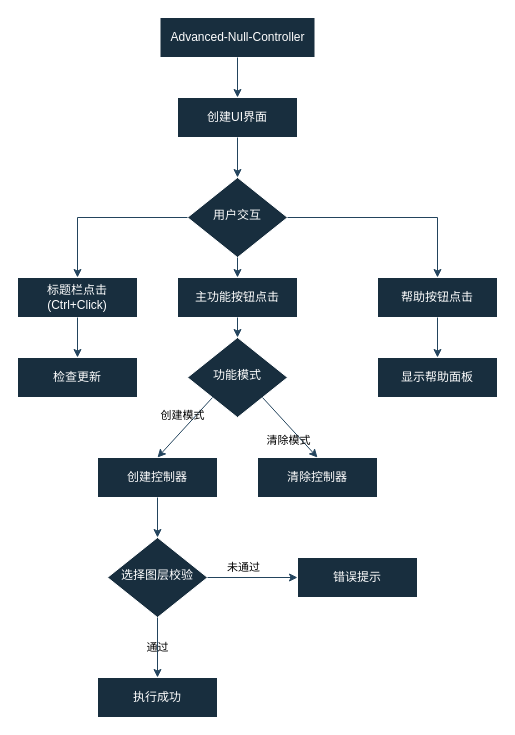
Before: Advanced Null Controller.drawio in yancongya/Advanced-Null-Controller, a draw.io diagram. Source tidied: cells renumbered, new cells numbered last; positions are measured from the earlier drawing's top-left corner, leaving out a move shared by most shapes. Both pictures are drawn from the tidied source at 100%, with x=0, y=0 at pixel (17, 17).
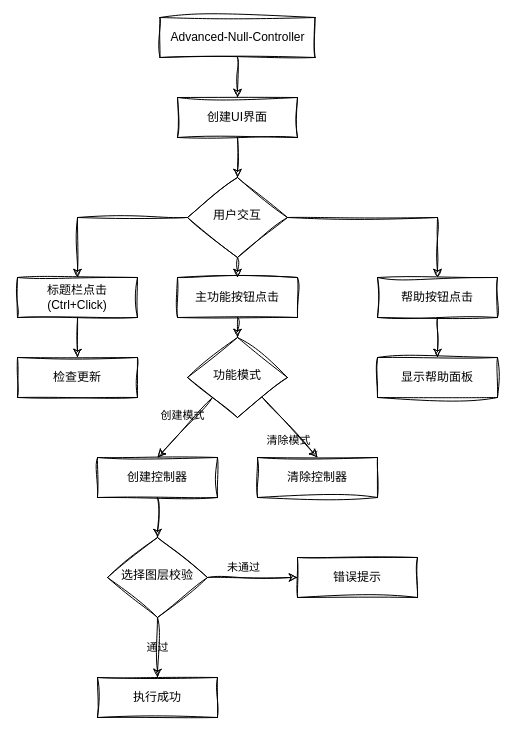
After the change.

Commit message (it also covers changes not shown here):
流程图更新

What changed in the source:
```diff
@@
-    <mxCell id="2" value="Advanced-Null-Controller" style="rounded=0;whiteSpace=wrap;html=1;fontSize=12;glass=0;strokeWidth=1;shadow=0;labelBackgroundColor=none;fillColor=#182E3E;strokeColor=#FFFFFF;fontColor=#FFFFFF;" parent="1" vertex="1">
+    <mxCell id="2" value="Advanced-Null-Controller" style="rounded=0;whiteSpace=wrap;html=1;fontSize=12;glass=0;strokeWidth=1;shadow=0;labelBackgroundColor=none;sketch=1;curveFitting=1;jiggle=2;" parent="1" vertex="1">
       <mxGeometry x="142.5" width="155" height="40" as="geometry" />
     </mxCell>
-    <mxCell id="3" value="创建UI界面" style="rounded=0;whiteSpace=wrap;html=1;fontSize=12;glass=0;strokeWidth=1;shadow=0;labelBackgroundColor=none;fillColor=#182E3E;strokeColor=#FFFFFF;fontColor=#FFFFFF;" parent="1" vertex="1">
+    <mxCell id="3" value="创建UI界面" style="rounded=0;whiteSpace=wrap;html=1;fontSize=12;glass=0;strokeWidth=1;shadow=0;labelBackgroundColor=none;sketch=1;curveFitting=1;jiggle=2;" parent="1" vertex="1">
       <mxGeometry x="160" y="80" width="120" height="40" as="geometry" />
     </mxCell>
-    <mxCell id="4" value="用户交互" style="rhombus;whiteSpace=wrap;html=1;shadow=0;fontFamily=Helvetica;fontSize=12;align=center;strokeWidth=1;spacing=6;spacingTop=-4;labelBackgroundColor=none;fillColor=#182E3E;strokeColor=#FFFFFF;fontColor=#FFFFFF;rounded=0;" parent="1" vertex="1">
+    <mxCell id="4" value="用户交互" style="rhombus;whiteSpace=wrap;html=1;shadow=0;fontFamily=Helvetica;fontSize=12;align=center;strokeWidth=1;spacing=6;spacingTop=-4;labelBackgroundColor=none;rounded=0;sketch=1;curveFitting=1;jiggle=2;" parent="1" vertex="1">
       <mxGeometry x="170" y="160" width="100" height="80" as="geometry" />
     </mxCell>
-    <mxCell id="5" value="标题栏点击&#10;(Ctrl+Click)" style="rounded=0;whiteSpace=wrap;html=1;fontSize=12;glass=0;strokeWidth=1;shadow=0;labelBackgroundColor=none;fillColor=#182E3E;strokeColor=#FFFFFF;fontColor=#FFFFFF;" parent="1" vertex="1">
+    <mxCell id="5" value="标题栏点击&#10;(Ctrl+Click)" style="rounded=0;whiteSpace=wrap;html=1;fontSize=12;glass=0;strokeWidth=1;shadow=0;labelBackgroundColor=none;sketch=1;curveFitting=1;jiggle=2;" parent="1" vertex="1">
       <mxGeometry y="260" width="120" height="40" as="geometry" />
     </mxCell>
-    <mxCell id="6" value="帮助按钮点击" style="rounded=0;whiteSpace=wrap;html=1;fontSize=12;glass=0;strokeWidth=1;shadow=0;labelBackgroundColor=none;fillColor=#182E3E;strokeColor=#FFFFFF;fontColor=#FFFFFF;" parent="1" vertex="1">
+    <mxCell id="6" value="帮助按钮点击" style="rounded=0;whiteSpace=wrap;html=1;fontSize=12;glass=0;strokeWidth=1;shadow=0;labelBackgroundColor=none;sketch=1;curveFitting=1;jiggle=2;" parent="1" vertex="1">
       <mxGeometry x="360" y="260" width="120" height="40" as="geometry" />
     </mxCell>
-    <mxCell id="7" value="主功能按钮点击" style="rounded=0;whiteSpace=wrap;html=1;fontSize=12;glass=0;strokeWidth=1;shadow=0;labelBackgroundColor=none;fillColor=#182E3E;strokeColor=#FFFFFF;fontColor=#FFFFFF;" parent="1" vertex="1">
+    <mxCell id="7" value="主功能按钮点击" style="rounded=0;whiteSpace=wrap;html=1;fontSize=12;glass=0;strokeWidth=1;shadow=0;labelBackgroundColor=none;sketch=1;curveFitting=1;jiggle=2;" parent="1" vertex="1">
       <mxGeometry x="160" y="260" width="120" height="40" as="geometry" />
     </mxCell>
-    <mxCell id="8" value="检查更新" style="rounded=0;whiteSpace=wrap;html=1;fontSize=12;glass=0;strokeWidth=1;shadow=0;labelBackgroundColor=none;fillColor=#182E3E;strokeColor=#FFFFFF;fontColor=#FFFFFF;" parent="1" vertex="1">
+    <mxCell id="8" value="检查更新" style="rounded=0;whiteSpace=wrap;html=1;fontSize=12;glass=0;strokeWidth=1;shadow=0;labelBackgroundColor=none;sketch=1;curveFitting=1;jiggle=2;" parent="1" vertex="1">
       <mxGeometry y="340" width="120" height="40" as="geometry" />
     </mxCell>
-    <mxCell id="9" value="显示帮助面板" style="rounded=0;whiteSpace=wrap;html=1;fontSize=12;glass=0;strokeWidth=1;shadow=0;labelBackgroundColor=none;fillColor=#182E3E;strokeColor=#FFFFFF;fontColor=#FFFFFF;" parent="1" vertex="1">
+    <mxCell id="9" value="显示帮助面板" style="rounded=0;whiteSpace=wrap;html=1;fontSize=12;glass=0;strokeWidth=1;shadow=0;labelBackgroundColor=none;sketch=1;curveFitting=1;jiggle=2;" parent="1" vertex="1">
       <mxGeometry x="360" y="340" width="120" height="40" as="geometry" />
     </mxCell>
-    <mxCell id="10" value="功能模式" style="rhombus;whiteSpace=wrap;html=1;shadow=0;fontFamily=Helvetica;fontSize=12;align=center;strokeWidth=1;spacing=6;spacingTop=-4;labelBackgroundColor=none;fillColor=#182E3E;strokeColor=#FFFFFF;fontColor=#FFFFFF;rounded=0;" parent="1" vertex="1">
+    <mxCell id="10" value="功能模式" style="rhombus;whiteSpace=wrap;html=1;shadow=0;fontFamily=Helvetica;fontSize=12;align=center;strokeWidth=1;spacing=6;spacingTop=-4;labelBackgroundColor=none;rounded=0;sketch=1;curveFitting=1;jiggle=2;" parent="1" vertex="1">
       <mxGeometry x="170" y="320" width="100" height="80" as="geometry" />
     </mxCell>
-    <mxCell id="11" value="创建控制器" style="rounded=0;whiteSpace=wrap;html=1;fontSize=12;glass=0;strokeWidth=1;shadow=0;labelBackgroundColor=none;fillColor=#182E3E;strokeColor=#FFFFFF;fontColor=#FFFFFF;" parent="1" vertex="1">
+    <mxCell id="11" value="创建控制器" style="rounded=0;whiteSpace=wrap;html=1;fontSize=12;glass=0;strokeWidth=1;shadow=0;labelBackgroundColor=none;sketch=1;curveFitting=1;jiggle=2;" parent="1" vertex="1">
       <mxGeometry x="80" y="440" width="120" height="40" as="geometry" />
     </mxCell>
-    <mxCell id="12" value="清除控制器" style="rounded=0;whiteSpace=wrap;html=1;fontSize=12;glass=0;strokeWidth=1;shadow=0;labelBackgroundColor=none;fillColor=#182E3E;strokeColor=#FFFFFF;fontColor=#FFFFFF;" parent="1" vertex="1">
+    <mxCell id="12" value="清除控制器" style="rounded=0;whiteSpace=wrap;html=1;fontSize=12;glass=0;strokeWidth=1;shadow=0;labelBackgroundColor=none;sketch=1;curveFitting=1;jiggle=2;" parent="1" vertex="1">
       <mxGeometry x="240" y="440" width="120" height="40" as="geometry" />
     </mxCell>
-    <mxCell id="13" style="endArrow=classic;html=1;rounded=0;exitX=0.5;exitY=1;exitDx=0;exitDy=0;entryX=0.5;entryY=0;entryDx=0;entryDy=0;labelBackgroundColor=none;strokeColor=#23445D;fontColor=default;" parent="1" edge="1" source="2" target="3">
+    <mxCell id="13" style="endArrow=classic;html=1;rounded=0;exitX=0.5;exitY=1;exitDx=0;exitDy=0;entryX=0.5;entryY=0;entryDx=0;entryDy=0;labelBackgroundColor=none;fontColor=default;sketch=1;curveFitting=1;jiggle=2;" parent="1" edge="1" source="2" target="3">
       <mxGeometry relative="1" as="geometry" />
     </mxCell>
-    <mxCell id="14" style="endArrow=classic;html=1;rounded=0;exitX=0.5;exitY=1;exitDx=0;exitDy=0;entryX=0.5;entryY=0;entryDx=0;entryDy=0;labelBackgroundColor=none;strokeColor=#23445D;fontColor=default;" parent="1" edge="1" source="3" target="4">
+    <mxCell id="14" style="endArrow=classic;html=1;rounded=0;exitX=0.5;exitY=1;exitDx=0;exitDy=0;entryX=0.5;entryY=0;entryDx=0;entryDy=0;labelBackgroundColor=none;fontColor=default;sketch=1;curveFitting=1;jiggle=2;" parent="1" edge="1" source="3" target="4">
       <mxGeometry relative="1" as="geometry" />
     </mxCell>
-    <mxCell id="15" style="endArrow=classic;html=1;rounded=0;exitX=0;exitY=0.5;exitDx=0;exitDy=0;entryX=0.5;entryY=0;entryDx=0;entryDy=0;labelBackgroundColor=none;strokeColor=#23445D;fontColor=default;" parent="1" edge="1" source="4" target="5">
+    <mxCell id="15" style="endArrow=classic;html=1;rounded=0;exitX=0;exitY=0.5;exitDx=0;exitDy=0;entryX=0.5;entryY=0;entryDx=0;entryDy=0;labelBackgroundColor=none;fontColor=default;sketch=1;curveFitting=1;jiggle=2;" parent="1" edge="1" source="4" target="5">
       <mxGeometry relative="1" as="geometry">
         <Array as="points">
           <mxPoint x="60" y="200" />
         </Array>
       </mxGeometry>
     </mxCell>
-    <mxCell id="16" style="endArrow=classic;html=1;rounded=0;exitX=1;exitY=0.5;exitDx=0;exitDy=0;entryX=0.5;entryY=0;entryDx=0;entryDy=0;labelBackgroundColor=none;strokeColor=#23445D;fontColor=default;" parent="1" edge="1" source="4" target="6">
+    <mxCell id="16" style="endArrow=classic;html=1;rounded=0;exitX=1;exitY=0.5;exitDx=0;exitDy=0;entryX=0.5;entryY=0;entryDx=0;entryDy=0;labelBackgroundColor=none;fontColor=default;sketch=1;curveFitting=1;jiggle=2;" parent="1" edge="1" source="4" target="6">
       <mxGeometry relative="1" as="geometry">
         <Array as="points">
           <mxPoint x="420" y="200" />
         </Array>
       </mxGeometry>
     </mxCell>
-    <mxCell id="17" style="endArrow=classic;html=1;rounded=0;exitX=0.5;exitY=1;exitDx=0;exitDy=0;entryX=0.5;entryY=0;entryDx=0;entryDy=0;labelBackgroundColor=none;strokeColor=#23445D;fontColor=default;" parent="1" edge="1" source="4" target="7">
+    <mxCell id="17" style="endArrow=classic;html=1;rounded=0;exitX=0.5;exitY=1;exitDx=0;exitDy=0;entryX=0.5;entryY=0;entryDx=0;entryDy=0;labelBackgroundColor=none;fontColor=default;sketch=1;curveFitting=1;jiggle=2;" parent="1" edge="1" source="4" target="7">
       <mxGeometry relative="1" as="geometry" />
     </mxCell>
-    <mxCell id="18" style="endArrow=classic;html=1;rounded=0;exitX=0.5;exitY=1;exitDx=0;exitDy=0;entryX=0.5;entryY=0;entryDx=0;entryDy=0;labelBackgroundColor=none;strokeColor=#23445D;fontColor=default;" parent="1" edge="1" source="5" target="8">
+    <mxCell id="18" style="endArrow=classic;html=1;rounded=0;exitX=0.5;exitY=1;exitDx=0;exitDy=0;entryX=0.5;entryY=0;entryDx=0;entryDy=0;labelBackgroundColor=none;fontColor=default;sketch=1;curveFitting=1;jiggle=2;" parent="1" edge="1" source="5" target="8">
       <mxGeometry relative="1" as="geometry" />
     </mxCell>
-    <mxCell id="19" style="endArrow=classic;html=1;rounded=0;exitX=0.5;exitY=1;exitDx=0;exitDy=0;entryX=0.5;entryY=0;entryDx=0;entryDy=0;labelBackgroundColor=none;strokeColor=#23445D;fontColor=default;" parent="1" edge="1" source="6" target="9">
+    <mxCell id="19" style="endArrow=classic;html=1;rounded=0;exitX=0.5;exitY=1;exitDx=0;exitDy=0;entryX=0.5;entryY=0;entryDx=0;entryDy=0;labelBackgroundColor=none;fontColor=default;sketch=1;curveFitting=1;jiggle=2;" parent="1" edge="1" source="6" target="9">
       <mxGeometry relative="1" as="geometry" />
     </mxCell>
-    <mxCell id="20" style="endArrow=classic;html=1;rounded=0;exitX=0.5;exitY=1;exitDx=0;exitDy=0;entryX=0.5;entryY=0;entryDx=0;entryDy=0;labelBackgroundColor=none;strokeColor=#23445D;fontColor=default;" parent="1" edge="1" source="7" target="10">
+    <mxCell id="20" style="endArrow=classic;html=1;rounded=0;exitX=0.5;exitY=1;exitDx=0;exitDy=0;entryX=0.5;entryY=0;entryDx=0;entryDy=0;labelBackgroundColor=none;fontColor=default;sketch=1;curveFitting=1;jiggle=2;" parent="1" edge="1" source="7" target="10">
       <mxGeometry relative="1" as="geometry" />
     </mxCell>
-    <mxCell id="21" value="创建模式" style="endArrow=classic;html=1;rounded=0;exitX=0;exitY=1;exitDx=0;exitDy=0;entryX=0.5;entryY=0;entryDx=0;entryDy=0;labelBackgroundColor=none;strokeColor=#23445D;fontColor=default;" parent="1" edge="1" source="10" target="11">
+    <mxCell id="21" value="创建模式" style="endArrow=classic;html=1;rounded=0;exitX=0;exitY=1;exitDx=0;exitDy=0;entryX=0.5;entryY=0;entryDx=0;entryDy=0;labelBackgroundColor=none;fontColor=default;sketch=1;curveFitting=1;jiggle=2;" parent="1" edge="1" source="10" target="11">
       <mxGeometry x="-0.2" y="-10" relative="1" as="geometry" />
     </mxCell>
-    <mxCell id="22" value="清除模式" style="endArrow=classic;html=1;rounded=0;exitX=1;exitY=1;exitDx=0;exitDy=0;entryX=0.5;entryY=0;entryDx=0;entryDy=0;labelBackgroundColor=none;strokeColor=#23445D;fontColor=default;" parent="1" edge="1" source="10" target="12">
+    <mxCell id="22" value="清除模式" style="endArrow=classic;html=1;rounded=0;exitX=1;exitY=1;exitDx=0;exitDy=0;entryX=0.5;entryY=0;entryDx=0;entryDy=0;labelBackgroundColor=none;fontColor=default;sketch=1;curveFitting=1;jiggle=2;" parent="1" edge="1" source="10" target="12">
       <mxGeometry x="0.2" y="-10" relative="1" as="geometry" />
     </mxCell>
-    <mxCell id="23" value="选择图层校验" style="rhombus;whiteSpace=wrap;html=1;shadow=0;fontFamily=Helvetica;fontSize=12;align=center;strokeWidth=1;spacing=6;spacingTop=-4;labelBackgroundColor=none;fillColor=#182E3E;strokeColor=#FFFFFF;fontColor=#FFFFFF;rounded=0;" parent="1" vertex="1">
+    <mxCell id="23" value="选择图层校验" style="rhombus;whiteSpace=wrap;html=1;shadow=0;fontFamily=Helvetica;fontSize=12;align=center;strokeWidth=1;spacing=6;spacingTop=-4;labelBackgroundColor=none;rounded=0;sketch=1;curveFitting=1;jiggle=2;" parent="1" vertex="1">
       <mxGeometry x="90" y="520" width="100" height="80" as="geometry" />
     </mxCell>
-    <mxCell id="24" style="endArrow=classic;html=1;rounded=0;exitX=0.5;exitY=1;exitDx=0;exitDy=0;entryX=0.5;entryY=0;entryDx=0;entryDy=0;labelBackgroundColor=none;strokeColor=#23445D;fontColor=default;" parent="1" edge="1" source="11" target="23">
+    <mxCell id="24" style="endArrow=classic;html=1;rounded=0;exitX=0.5;exitY=1;exitDx=0;exitDy=0;entryX=0.5;entryY=0;entryDx=0;entryDy=0;labelBackgroundColor=none;fontColor=default;sketch=1;curveFitting=1;jiggle=2;" parent="1" edge="1" source="11" target="23">
       <mxGeometry relative="1" as="geometry" />
     </mxCell>
-    <mxCell id="25" value="执行成功" style="rounded=0;whiteSpace=wrap;html=1;fontSize=12;glass=0;strokeWidth=1;shadow=0;labelBackgroundColor=none;fillColor=#182E3E;strokeColor=#FFFFFF;fontColor=#FFFFFF;" parent="1" vertex="1">
+    <mxCell id="25" value="执行成功" style="rounded=0;whiteSpace=wrap;html=1;fontSize=12;glass=0;strokeWidth=1;shadow=0;labelBackgroundColor=none;sketch=1;curveFitting=1;jiggle=2;" parent="1" vertex="1">
       <mxGeometry x="80" y="660" width="120" height="40" as="geometry" />
     </mxCell>
-    <mxCell id="26" value="错误提示" style="rounded=0;whiteSpace=wrap;html=1;fontSize=12;glass=0;strokeWidth=1;shadow=0;labelBackgroundColor=none;fillColor=#182E3E;strokeColor=#FFFFFF;fontColor=#FFFFFF;" parent="1" vertex="1">
+    <mxCell id="26" value="错误提示" style="rounded=0;whiteSpace=wrap;html=1;fontSize=12;glass=0;strokeWidth=1;shadow=0;labelBackgroundColor=none;sketch=1;curveFitting=1;jiggle=2;" parent="1" vertex="1">
       <mxGeometry x="280" y="540" width="120" height="40" as="geometry" />
     </mxCell>
-    <mxCell id="27" value="通过" style="endArrow=classic;html=1;rounded=0;exitX=0.5;exitY=1;exitDx=0;exitDy=0;entryX=0.5;entryY=0;entryDx=0;entryDy=0;labelBackgroundColor=none;strokeColor=#23445D;fontColor=default;" parent="1" edge="1" source="23" target="25">
+    <mxCell id="27" value="通过" style="endArrow=classic;html=1;rounded=0;exitX=0.5;exitY=1;exitDx=0;exitDy=0;entryX=0.5;entryY=0;entryDx=0;entryDy=0;labelBackgroundColor=none;fontColor=default;sketch=1;curveFitting=1;jiggle=2;" parent="1" edge="1" source="23" target="25">
       <mxGeometry relative="1" as="geometry" />
     </mxCell>
-    <mxCell id="28" value="未通过" style="endArrow=classic;html=1;rounded=0;exitX=1;exitY=0.5;exitDx=0;exitDy=0;entryX=0;entryY=0.5;entryDx=0;entryDy=0;labelBackgroundColor=none;strokeColor=#23445D;fontColor=default;" parent="1" edge="1" source="23" target="26">
+    <mxCell id="28" value="未通过" style="endArrow=classic;html=1;rounded=0;exitX=1;exitY=0.5;exitDx=0;exitDy=0;entryX=0;entryY=0.5;entryDx=0;entryDy=0;labelBackgroundColor=none;fontColor=default;sketch=1;curveFitting=1;jiggle=2;" parent="1" edge="1" source="23" target="26">
       <mxGeometry x="-0.2" y="10" relative="1" as="geometry" />
     </mxCell>
```
